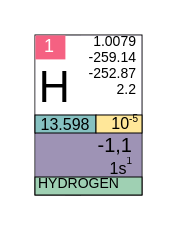
Before: element.drawio in sarankirthic/Periodic_Table, a draw.io diagram. Source tidied: cells renumbered, new cells numbered last; positions are measured from the earlier drawing's top-left corner, leaving out a move shared by most shapes. Both pictures are drawn from the tidied source at 200%, with x=0, y=0 at pixel (34, 34).
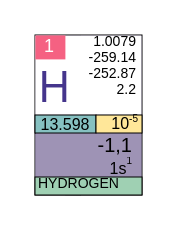
After the change.

Unchanged cells that the change refers to:
```xml
<mxCell id="2" style="group;" parent="1" vertex="1">
  <mxGeometry width="53.5" height="80.2" as="geometry" />
</mxCell>
```

Diff of the diagram source:
```diff
@@
-    <mxCell id="16" value="H" style="rounded=0;whiteSpace=wrap;html=1;strokeWidth=0.1;strokeColor=none;align=left;fontSize=22;fontFamily=Tahoma;verticalAlign=bottom;fillColor=none;" parent="2" vertex="1">
+    <mxCell id="16" value="&lt;font&gt;H&lt;/font&gt;" style="rounded=0;whiteSpace=wrap;html=1;strokeWidth=0.1;strokeColor=none;align=left;fontSize=22;fontFamily=Tahoma;verticalAlign=bottom;fillColor=none;fontColor=#45358C;" parent="2" vertex="1">
       <mxGeometry x="0.2" y="12.2" width="29.8" height="27.5" as="geometry" />
     </mxCell>
```
